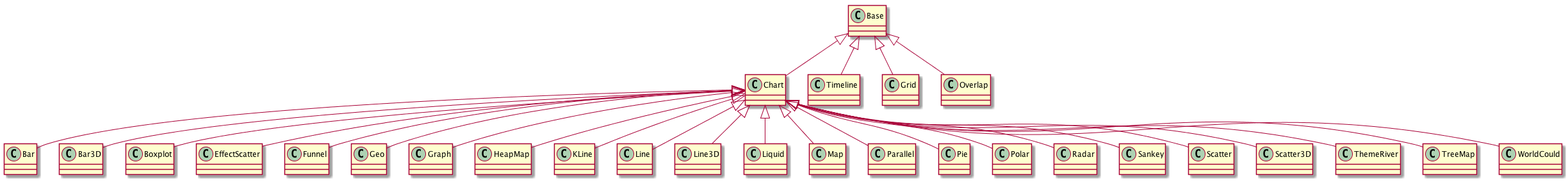
This is images/class-relationship-diagram.png from pyecharts/pyecharts, a PlantUML export, as it was before one commit.
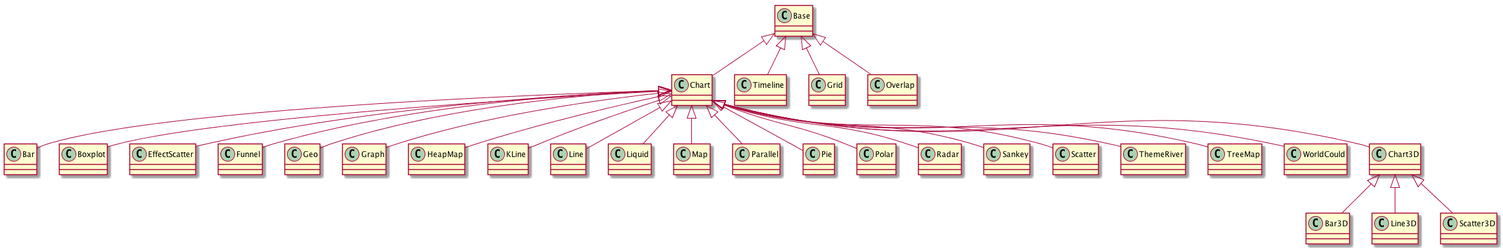
The same file after the commit.

The edit, as a diff of the source:
```diff
@@ -4,7 +4,6 @@
 Base <|-- Grid
 Base <|-- Overlap
 Chart <|-- Bar
-Chart <|-- Bar3D
 Chart <|-- Boxplot
 Chart <|-- EffectScatter
 Chart <|-- Funnel
@@ -13,7 +12,6 @@
 Chart <|-- HeapMap
 Chart <|-- KLine
 Chart <|-- Line
-Chart <|-- Line3D
 Chart <|-- Liquid
 Chart <|-- Map
 Chart <|-- Parallel
@@ -22,8 +20,13 @@
 Chart <|-- Radar
 Chart <|-- Sankey
 Chart <|-- Scatter
-Chart <|-- Scatter3D
 Chart <|-- ThemeRiver
 Chart <|-- TreeMap
 Chart <|-- WorldCould
+Chart <|-- Chart3D
+
+Chart3D <|-- Bar3D
+Chart3D <|-- Line3D
+Chart3D <|-- Scatter3D
+
 @enduml
```
